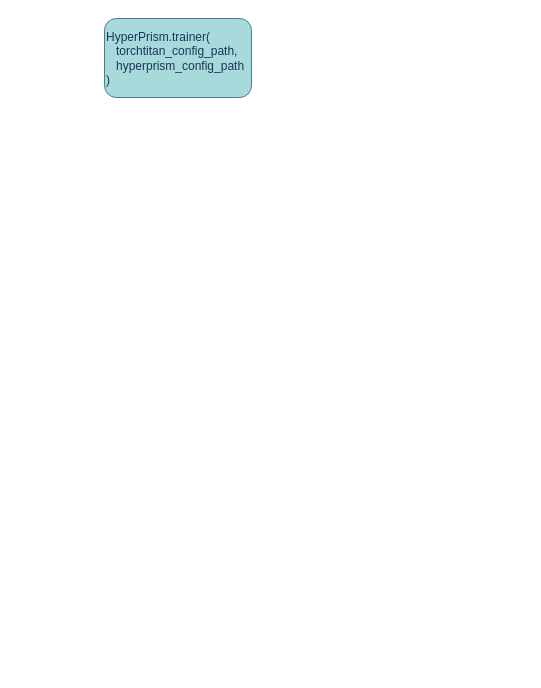
Before: ProjectProgress.drawio in TechNinja-Sun/ProjectProgress, a draw.io diagram. Source tidied: cells renumbered, new cells numbered last; positions are measured from the earlier drawing's top-left corner, leaving out a move shared by most shapes. Both pictures are drawn from the tidied source at 100%, with x=0, y=0 at pixel (104, 18).
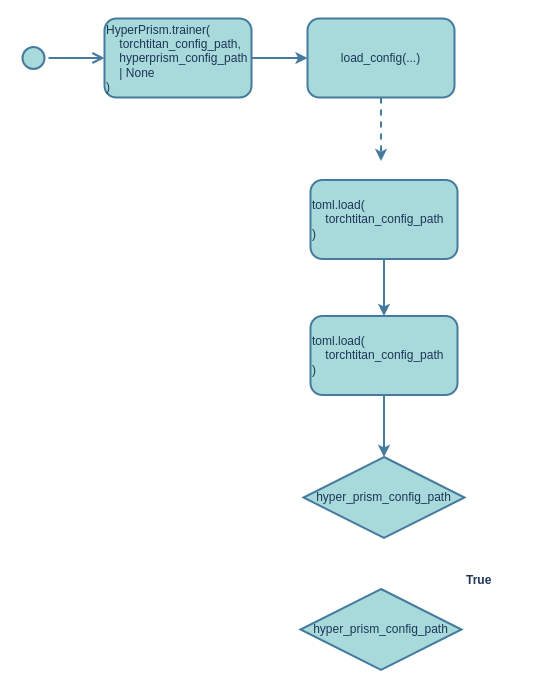
The same diagram, later.

What changed in the source:
```diff
@@
 <mxGraphModel>
   <root>
     <mxCell id="0" />
     <mxCell id="1" parent="0" />
+    <mxCell id="3" style="edgeStyle=orthogonalEdgeStyle;rounded=0;jettySize=auto;html=1;exitX=1;exitY=0.5;exitDx=0;exitDy=0;entryX=0;entryY=0.5;entryDx=0;entryDy=0;strokeColor=#457B9D;fontColor=#1D3557;fillColor=#A8DADC;strokeWidth=2;" parent="1" edge="1" source="2" target="7">
+      <mxGeometry relative="1" as="geometry" />
+    </mxCell>
-    <mxCell id="2" value="HyperPrism.trainer(&lt;div&gt;&amp;nbsp; &amp;nbsp;torchtitan_config_path,&amp;nbsp; &amp;nbsp; &amp;nbsp; &amp;nbsp;hyperprism_config_path&lt;/div&gt;&lt;div&gt;)&lt;/div&gt;" style="rounded=1;whiteSpace=wrap;html=1;align=left;labelBackgroundColor=none;fillColor=#A8DADC;strokeColor=#457B9D;fontColor=#1D3557;" parent="1" vertex="1">
+    <mxCell id="2" value="HyperPrism.trainer(&lt;div&gt;&amp;nbsp; &amp;nbsp; torchtitan_config_path,&amp;nbsp; &amp;nbsp; &amp;nbsp; &amp;nbsp; hyperprism_config_path&amp;nbsp; &amp;nbsp; &amp;nbsp; | None&lt;/div&gt;&lt;div&gt;)&lt;/div&gt;" style="rounded=1;whiteSpace=wrap;html=1;align=left;labelBackgroundColor=none;fillColor=#A8DADC;strokeColor=#457B9D;fontColor=#1D3557;strokeWidth=2;" parent="1" vertex="1">
       <mxGeometry width="147" height="79" as="geometry" />
     </mxCell>
+    <mxCell id="4" style="ellipse;html=1;shape=startState;labelBackgroundColor=none;fillColor=#A8DADC;strokeColor=#457B9D;fontColor=#1D3557;strokeWidth=2;" parent="1" vertex="1">
+      <mxGeometry x="-86" y="24.5" width="30" height="30" as="geometry" />
+    </mxCell>
+    <mxCell id="5" style="edgeStyle=orthogonalEdgeStyle;html=1;verticalAlign=bottom;endArrow=open;endSize=8;rounded=0;fontColor=default;labelBackgroundColor=none;strokeColor=#457B9D;entryX=0;entryY=0.5;entryDx=0;entryDy=0;strokeWidth=2;exitX=1;exitY=0.5;exitDx=0;exitDy=0;" parent="1" edge="1" source="4" target="2">
+      <mxGeometry relative="1" as="geometry" />
+    </mxCell>
+    <mxCell id="6" style="edgeStyle=orthogonalEdgeStyle;rounded=0;jettySize=auto;html=1;strokeColor=#457B9D;fontColor=#1D3557;fillColor=#A8DADC;strokeWidth=2;dashed=1;" parent="1" edge="1" source="7">
+      <mxGeometry relative="1" as="geometry">
+        <mxPoint x="276.5" y="142.6" as="targetPoint" />
+      </mxGeometry>
+    </mxCell>
+    <mxCell id="7" value="load_config(...)" style="rounded=1;whiteSpace=wrap;html=1;align=center;labelBackgroundColor=none;fillColor=#A8DADC;strokeColor=#457B9D;fontColor=#1D3557;strokeWidth=2;" parent="1" vertex="1">
+      <mxGeometry x="203" width="147" height="79" as="geometry" />
+    </mxCell>
+    <mxCell id="8" style="edgeStyle=orthogonalEdgeStyle;rounded=0;jettySize=auto;html=1;strokeColor=#457B9D;fontColor=#1D3557;fillColor=#A8DADC;strokeWidth=2;" parent="1" edge="1" source="9" target="11">
+      <mxGeometry relative="1" as="geometry" />
+    </mxCell>
+    <mxCell id="9" value="toml.load(&lt;div&gt;&amp;nbsp; &amp;nbsp; torchtitan_config_path&lt;/div&gt;&lt;div&gt;)&lt;/div&gt;" style="rounded=1;whiteSpace=wrap;html=1;align=left;labelBackgroundColor=none;fillColor=#A8DADC;strokeColor=#457B9D;fontColor=#1D3557;strokeWidth=2;" parent="1" vertex="1">
+      <mxGeometry x="206" y="161.5" width="147" height="79" as="geometry" />
+    </mxCell>
+    <mxCell id="10" style="edgeStyle=orthogonalEdgeStyle;rounded=0;jettySize=auto;html=1;entryX=0.5;entryY=0;entryDx=0;entryDy=0;strokeColor=#457B9D;fontColor=#1D3557;fillColor=#A8DADC;strokeWidth=2;" parent="1" edge="1" source="11" target="13">
+      <mxGeometry relative="1" as="geometry" />
+    </mxCell>
+    <mxCell id="11" value="toml.load(&lt;div&gt;&amp;nbsp; &amp;nbsp; torchtitan_config_path&lt;/div&gt;&lt;div&gt;)&lt;/div&gt;" style="rounded=1;whiteSpace=wrap;html=1;align=left;labelBackgroundColor=none;fillColor=#A8DADC;strokeColor=#457B9D;fontColor=#1D3557;strokeWidth=2;" parent="1" vertex="1">
+      <mxGeometry x="206" y="297.5" width="147" height="79" as="geometry" />
+    </mxCell>
+    <mxCell id="12" value="&lt;b&gt;True&lt;/b&gt;" style="text;html=1;align=left;verticalAlign=middle;whiteSpace=wrap;rounded=0;fontColor=#1D3557;" parent="1" vertex="1">
+      <mxGeometry x="360" y="546.5" width="60" height="30" as="geometry" />
+    </mxCell>
+    <mxCell id="13" value="hyper_prism_config_path" style="rhombus;whiteSpace=wrap;html=1;strokeColor=#457B9D;fontColor=#1D3557;fillColor=#A8DADC;strokeWidth=2;" parent="1" vertex="1">
+      <mxGeometry x="199" y="438.5" width="161" height="81" as="geometry" />
+    </mxCell>
+    <mxCell id="14" value="hyper_prism_config_path" style="rhombus;whiteSpace=wrap;html=1;strokeColor=#457B9D;fontColor=#1D3557;fillColor=#A8DADC;strokeWidth=2;" parent="1" vertex="1">
+      <mxGeometry x="196" y="570.5" width="161" height="81" as="geometry" />
+    </mxCell>
   </root>
 </mxGraphModel>
```
